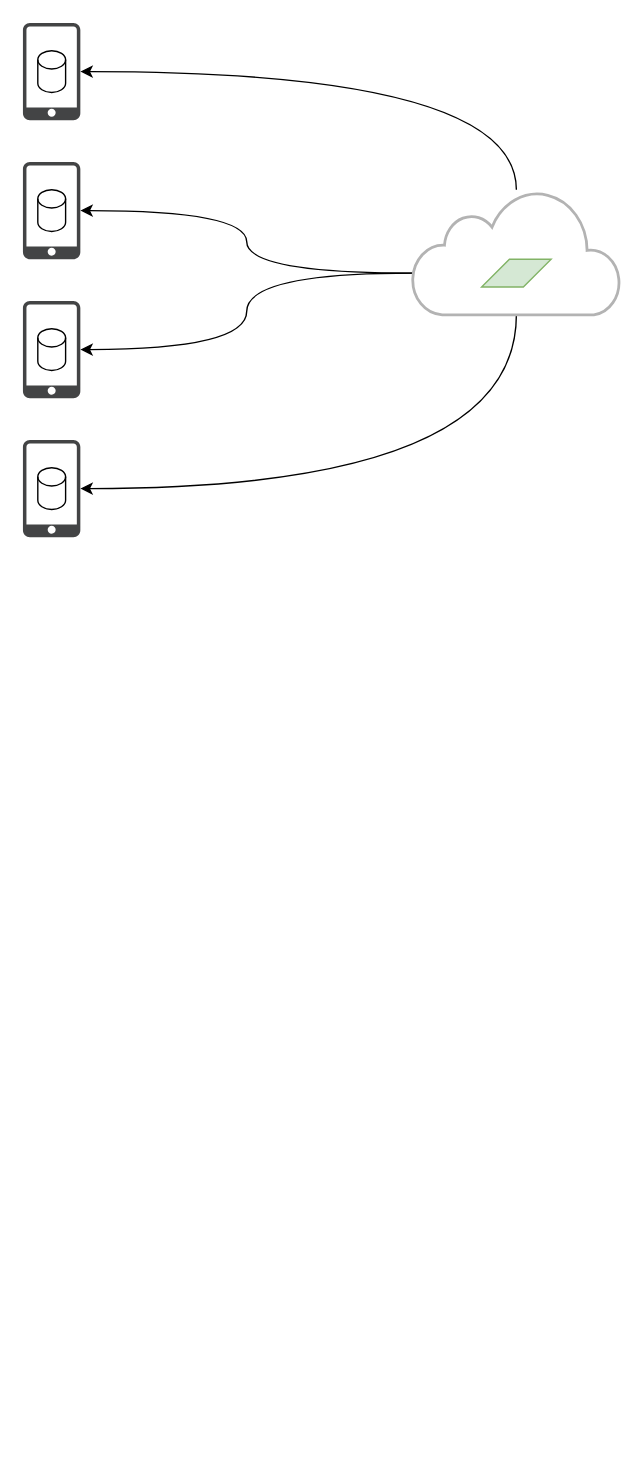
Earlier version of the draw.io diagram Federated Machine Learning.drawio (macnch33s3/draw.io). Source tidied: cells renumbered, new cells numbered last; positions are measured from the earlier drawing's top-left corner, leaving out a move shared by most shapes. Both pictures are drawn from the tidied source at 139%, with x=0, y=0 at pixel (22, 22).
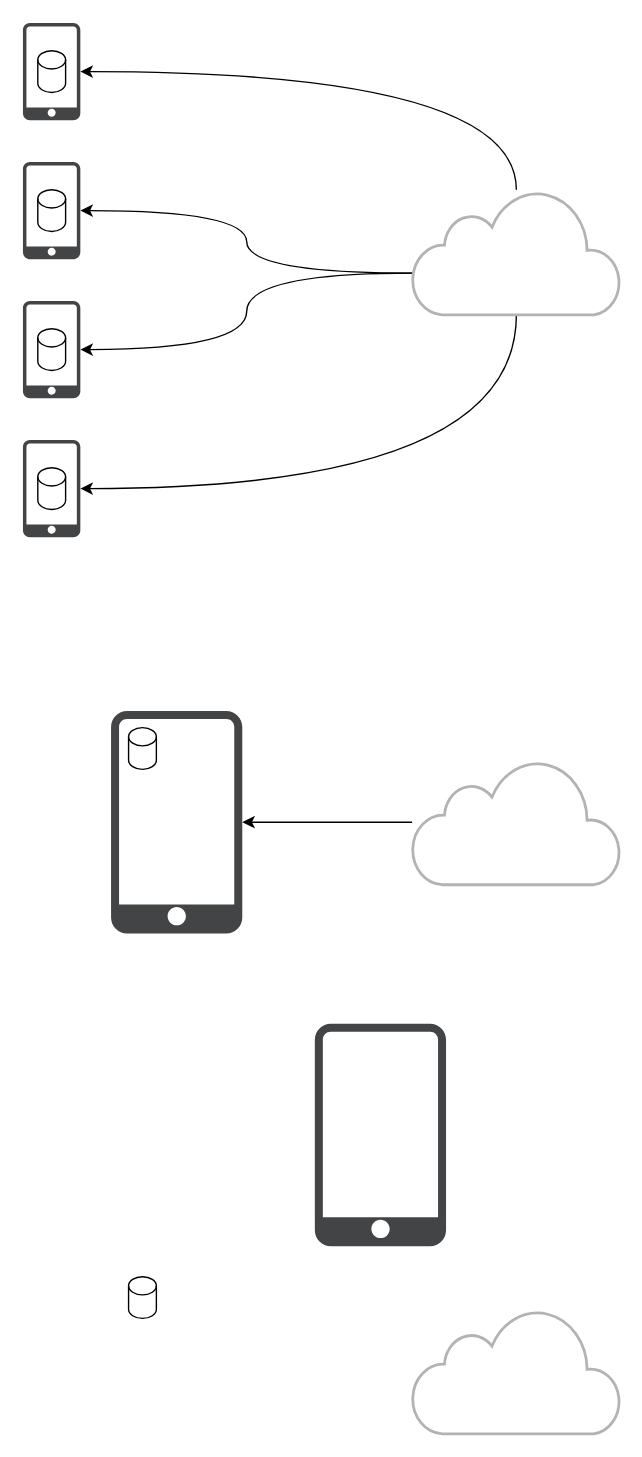
After the change.

What changed in the source:
```diff
@@
-    <mxCell id="8" style="shape=parallelogram;perimeter=parallelogramPerimeter;whiteSpace=wrap;html=1;fixedSize=1;fontFamily=Helvetica;fontSize=11;labelBackgroundColor=default;fillColor=#d5e8d4;strokeColor=#82b366;" parent="1" vertex="1">
-      <mxGeometry x="330" y="170" width="50" height="20" as="geometry" />
-    </mxCell>
@@
+    <mxCell id="16" style="edgeStyle=orthogonalEdgeStyle;shape=connector;curved=1;rounded=0;jettySize=auto;html=1;strokeColor=default;align=center;verticalAlign=middle;fontFamily=Helvetica;fontSize=11;fontColor=default;labelBackgroundColor=default;endArrow=classic;" parent="1" edge="1" source="17" target="18">
+      <mxGeometry relative="1" as="geometry" />
+    </mxCell>
+    <mxCell id="17" style="html=1;verticalLabelPosition=bottom;align=center;labelBackgroundColor=#ffffff;verticalAlign=top;strokeWidth=2;strokeColor=#B3B3B3;shadow=0;dashed=0;shape=mxgraph.ios7.icons.cloud;rounded=1;" parent="1" vertex="1">
+      <mxGeometry x="280" y="530" width="150" height="90" as="geometry" />
+    </mxCell>
+    <mxCell id="18" style="shadow=0;dashed=0;html=1;strokeColor=none;fillColor=#434445;labelPosition=center;verticalLabelPosition=bottom;verticalAlign=top;align=center;outlineConnect=0;shape=mxgraph.vvd.phone;rounded=1;" parent="1" vertex="1">
+      <mxGeometry x="63.4" y="495" width="94.4" height="160" as="geometry" />
+    </mxCell>
+    <mxCell id="19" style="shape=cylinder3;whiteSpace=wrap;html=1;boundedLbl=1;backgroundOutline=1;size=6.551724137931103;fontFamily=Helvetica;fontSize=11;fontColor=default;labelBackgroundColor=default;" parent="1" vertex="1">
+      <mxGeometry x="76" y="507" width="20" height="30" as="geometry" />
+    </mxCell>
+    <mxCell id="20" style="html=1;verticalLabelPosition=bottom;align=center;labelBackgroundColor=#ffffff;verticalAlign=top;strokeWidth=2;strokeColor=#B3B3B3;shadow=0;dashed=0;shape=mxgraph.ios7.icons.cloud;rounded=1;" parent="1" vertex="1">
+      <mxGeometry x="280" y="925" width="150" height="90" as="geometry" />
+    </mxCell>
+    <mxCell id="21" style="shadow=0;dashed=0;html=1;strokeColor=none;fillColor=#434445;labelPosition=center;verticalLabelPosition=bottom;verticalAlign=top;align=center;shape=mxgraph.vvd.phone;rounded=1;" parent="1" vertex="1">
+      <mxGeometry x="210" y="720" width="94.4" height="160" as="geometry" />
+    </mxCell>
+    <mxCell id="22" style="shape=cylinder3;whiteSpace=wrap;html=1;boundedLbl=1;backgroundOutline=1;size=6.551724137931103;fontFamily=Helvetica;fontSize=11;fontColor=default;labelBackgroundColor=default;" parent="1" vertex="1">
+      <mxGeometry x="76" y="902" width="20" height="30" as="geometry" />
+    </mxCell>
```
